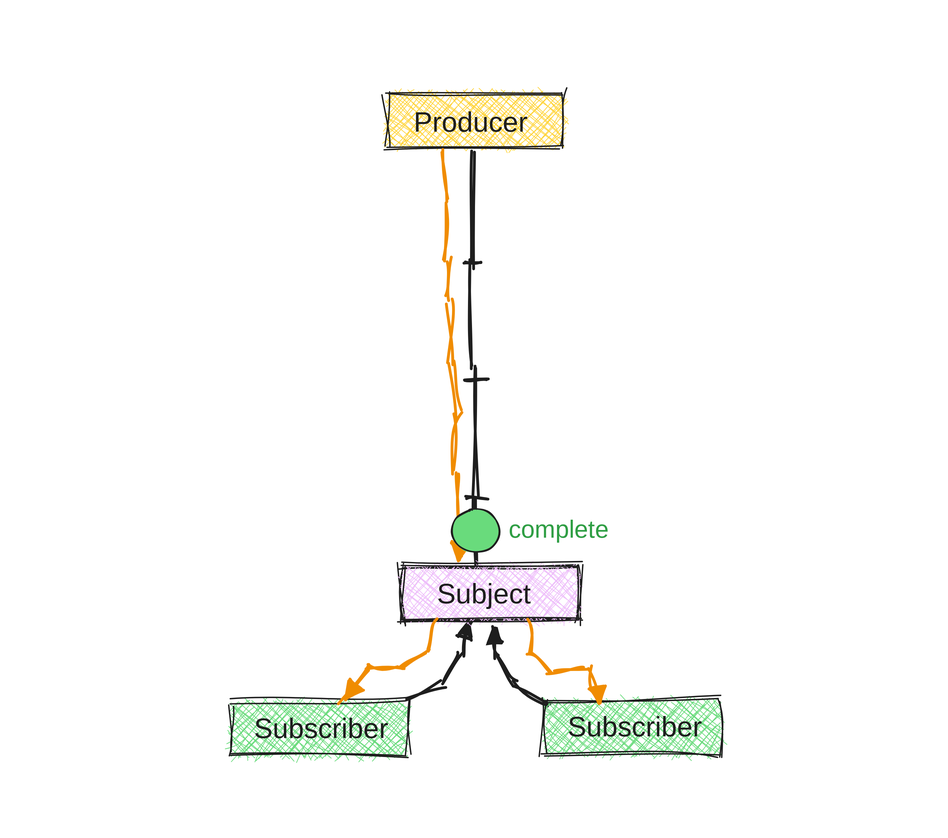
Before: images/blog/blog-rxjs-subject-receiving-complete.svg, a diagram exported from Excalidraw (ducin/ducin.dev). Source tidied: one line per element, renumbered; positions are measured from the earlier drawing's top-left corner, leaving out a move shared by most shapes. The source it was exported from:
```json
{"id": 0, "type": "rectangle", "strokeColor": "transparent", "strokeWidth": 2, "roughness": 2, "x": 0, "y": 0, "width": 657, "height": 579}
{"id": 1, "type": "line", "strokeColor": "#1e1e1e", "backgroundColor": "#4dabf7", "fillStyle": "cross-hatch", "strokeWidth": 2, "roughness": 2, "x": 326, "y": 97, "width": 4, "height": 333, "points": [[0, 0], [0, 81], [1, 157], [3, 248], [3, 333]]}
{"id": 2, "type": "line", "strokeColor": "#1e1e1e", "backgroundColor": "#4dabf7", "fillStyle": "cross-hatch", "strokeWidth": 2, "roughness": 2, "x": 321, "y": 178, "width": 12, "height": 0, "points": [[0, 0], [12, 0]]}
{"id": 3, "type": "line", "strokeColor": "#1e1e1e", "backgroundColor": "#4dabf7", "fillStyle": "cross-hatch", "strokeWidth": 2, "roughness": 2, "x": 321, "y": 262, "width": 17, "height": 1, "points": [[0, 0], [17, -1]]}
{"id": 4, "type": "line", "strokeColor": "#1e1e1e", "backgroundColor": "#4dabf7", "fillStyle": "cross-hatch", "strokeWidth": 2, "roughness": 2, "x": 322, "y": 345, "width": 16, "height": 2, "points": [[0, 0], [16, 2]]}
{"id": 5, "type": "arrow", "strokeColor": "#1e1e1e", "backgroundColor": "#4dabf7", "fillStyle": "cross-hatch", "strokeWidth": 2, "roughness": 2, "endArrowhead": "triangle", "from": 12, "to": 15, "x": 280, "y": 491, "width": 45, "height": 57, "points": [[0, 0], [27, -13], [40, -35], [45, -57]]}
{"id": 6, "type": "rectangle", "strokeColor": "#1e1e1e", "backgroundColor": "#ffd43b", "fillStyle": "cross-hatch", "strokeWidth": 1, "roughness": 2, "x": 267, "y": 57, "width": 126, "height": 39}
{"id": 7, "type": "text", "text": "Producer", "strokeColor": "#1e1e1e", "backgroundColor": "#a5d8ff", "fillStyle": "cross-hatch", "strokeWidth": 1, "roughness": 2, "fontSize": 20, "fontFamily": 1, "x": 286, "y": 66, "width": 85, "height": 25}
{"id": 8, "type": "arrow", "strokeColor": "#1e1e1e", "backgroundColor": "#4dabf7", "fillStyle": "cross-hatch", "strokeWidth": 2, "roughness": 2, "endArrowhead": "triangle", "from": 10, "to": 15, "x": 382, "y": 493, "width": 39, "height": 56, "points": [[0, 0], [-25, -15], [-38, -33], [-39, -56]]}
{"id": 9, "type": "rectangle", "strokeColor": "#1e1e1e", "backgroundColor": "#69db7c", "fillStyle": "cross-hatch", "strokeWidth": 1, "roughness": 2, "x": 379, "y": 491, "width": 126, "height": 39}
{"id": 10, "type": "text", "text": "Subscriber", "strokeColor": "#1e1e1e", "backgroundColor": "#4dabf7", "fillStyle": "cross-hatch", "strokeWidth": 2, "roughness": 2, "fontSize": 20, "fontFamily": 1, "x": 395, "y": 498, "width": 97, "height": 25}
{"id": 11, "type": "rectangle", "strokeColor": "#1e1e1e", "backgroundColor": "#69db7c", "fillStyle": "cross-hatch", "strokeWidth": 1, "roughness": 2, "x": 155, "y": 492, "width": 126, "height": 39}
{"id": 12, "type": "text", "text": "Subscriber", "strokeColor": "#1e1e1e", "backgroundColor": "#4dabf7", "fillStyle": "cross-hatch", "strokeWidth": 2, "roughness": 2, "fontSize": 20, "fontFamily": 1, "x": 171, "y": 499, "width": 97, "height": 25}
{"id": 13, "type": "rectangle", "strokeColor": "#1e1e1e", "backgroundColor": "#fff", "fillStyle": "solid", "strokeWidth": 1, "roughness": 2, "x": 277, "y": 395, "width": 126, "height": 39}
{"id": 14, "type": "rectangle", "strokeColor": "#1e1e1e", "backgroundColor": "#eebefa", "fillStyle": "cross-hatch", "strokeWidth": 1, "roughness": 2, "x": 278, "y": 395, "width": 126, "height": 39}
{"id": 15, "type": "text", "text": "Subject", "strokeColor": "#1e1e1e", "backgroundColor": "#a5d8ff", "fillStyle": "cross-hatch", "strokeWidth": 1, "roughness": 2, "fontSize": 20, "fontFamily": 1, "x": 302, "y": 403, "width": 73, "height": 25}
{"id": 16, "type": "arrow", "strokeColor": "#f08c00", "backgroundColor": "#fff", "fillStyle": "solid", "strokeWidth": 2, "roughness": 2, "endArrowhead": "triangle", "from": 15, "to": 12, "x": 300, "y": 435, "width": 64, "height": 55, "points": [[0, 0], [-6, 22], [-23, 32], [-47, 34], [-64, 55]]}
{"id": 17, "type": "arrow", "strokeColor": "#f08c00", "backgroundColor": "#fff", "fillStyle": "solid", "strokeWidth": 2, "roughness": 2, "endArrowhead": "triangle", "from": 15, "to": 10, "x": 369, "y": 434, "width": 51, "height": 58, "points": [[0, 0], [0, 22], [15, 37], [40, 35], [50, 58]]}
{"id": 18, "type": "arrow", "strokeColor": "#f08c00", "angle": 3.12, "backgroundColor": "#fff", "fillStyle": "solid", "strokeWidth": 2, "roughness": 2, "endArrowhead": "triangle", "from": 7, "to": 15, "x": 315, "y": 391, "width": 4, "height": 294, "points": [[0, 0], [0, -36], [0, -78], [0, -108], [-1, -153], [-4, -189], [-1, -229], [-3, -265], [-3, -294]]}
{"id": 19, "type": "ellipse", "strokeColor": "#1e1e1e", "backgroundColor": "#69db7c", "fillStyle": "solid", "strokeWidth": 1, "roughness": 1, "round": true, "x": 313, "y": 354, "width": 34, "height": 31}
{"id": 20, "type": "text", "text": "complete", "strokeColor": "#2f9e44", "backgroundColor": "#69db7c", "fillStyle": "solid", "strokeWidth": 1, "roughness": 0, "fontSize": 17.56, "fontFamily": 1, "x": 353, "y": 358, "width": 72, "height": 22}
```
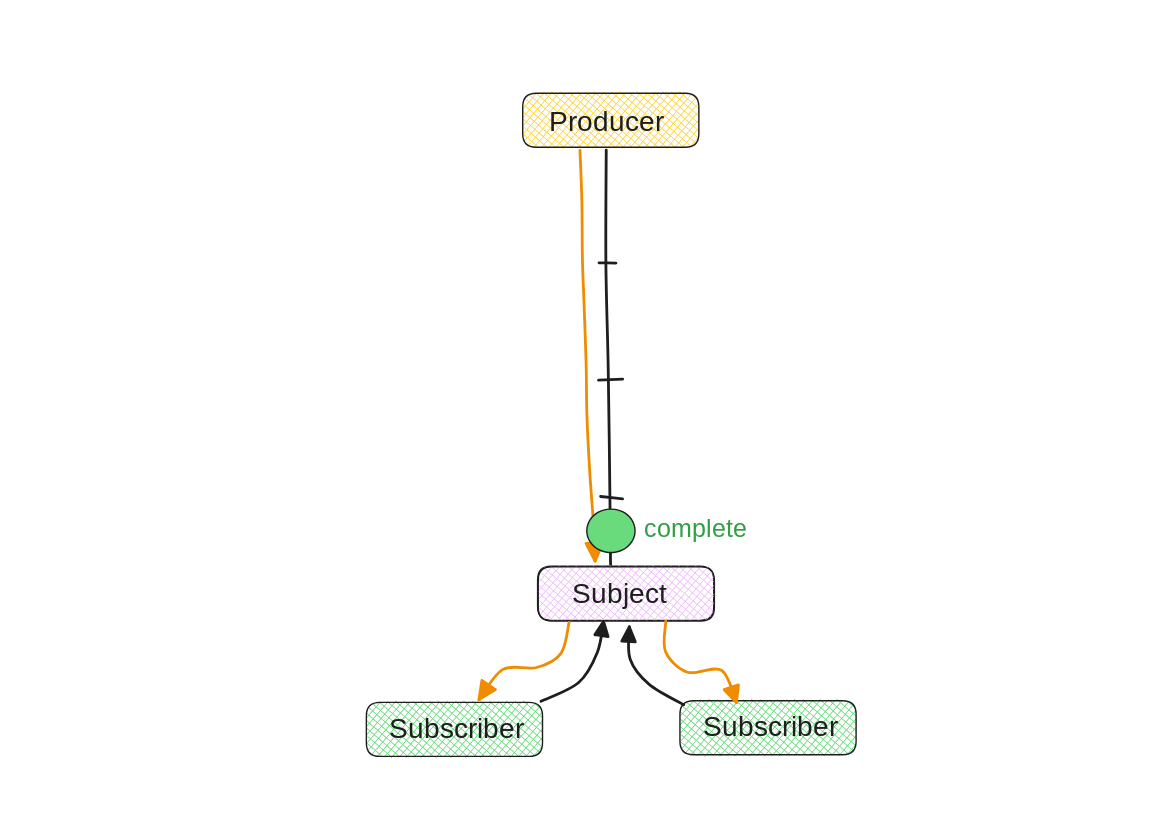
The same diagram one commit later.

The edit, as a diff of the source:
```diff
@@ -1,21 +1,21 @@
-{"id": 0, "type": "rectangle", "strokeColor": "transparent", "strokeWidth": 2, "roughness": 2, "x": 0, "y": 0, "width": 657, "height": 579}
-{"id": 1, "type": "line", "strokeColor": "#1e1e1e", "backgroundColor": "#4dabf7", "fillStyle": "cross-hatch", "strokeWidth": 2, "roughness": 2, "x": 326, "y": 97, "width": 4, "height": 333, "points": [[0, 0], [0, 81], [1, 157], [3, 248], [3, 333]]}
-{"id": 2, "type": "line", "strokeColor": "#1e1e1e", "backgroundColor": "#4dabf7", "fillStyle": "cross-hatch", "strokeWidth": 2, "roughness": 2, "x": 321, "y": 178, "width": 12, "height": 0, "points": [[0, 0], [12, 0]]}
-{"id": 3, "type": "line", "strokeColor": "#1e1e1e", "backgroundColor": "#4dabf7", "fillStyle": "cross-hatch", "strokeWidth": 2, "roughness": 2, "x": 321, "y": 262, "width": 17, "height": 1, "points": [[0, 0], [17, -1]]}
-{"id": 4, "type": "line", "strokeColor": "#1e1e1e", "backgroundColor": "#4dabf7", "fillStyle": "cross-hatch", "strokeWidth": 2, "roughness": 2, "x": 322, "y": 345, "width": 16, "height": 2, "points": [[0, 0], [16, 2]]}
-{"id": 5, "type": "arrow", "strokeColor": "#1e1e1e", "backgroundColor": "#4dabf7", "fillStyle": "cross-hatch", "strokeWidth": 2, "roughness": 2, "endArrowhead": "triangle", "from": 12, "to": 15, "x": 280, "y": 491, "width": 45, "height": 57, "points": [[0, 0], [27, -13], [40, -35], [45, -57]]}
-{"id": 6, "type": "rectangle", "strokeColor": "#1e1e1e", "backgroundColor": "#ffd43b", "fillStyle": "cross-hatch", "strokeWidth": 1, "roughness": 2, "x": 267, "y": 57, "width": 126, "height": 39}
+{"id": 21, "type": "rectangle", "strokeColor": "transparent", "strokeWidth": 2, "roughness": 0, "round": true, "x": -97, "y": 0, "width": 811, "height": 579}
+{"id": 22, "type": "line", "strokeColor": "#1e1e1e", "backgroundColor": "#4dabf7", "fillStyle": "cross-hatch", "strokeWidth": 2, "roughness": 0, "round": true, "x": 326, "y": 97, "width": 4, "height": 333, "points": [[0, 0], [0, 81], [1, 157], [3, 248], [3, 333]]}
+{"id": 23, "type": "line", "strokeColor": "#1e1e1e", "backgroundColor": "#4dabf7", "fillStyle": "cross-hatch", "strokeWidth": 2, "roughness": 0, "round": true, "x": 321, "y": 178, "width": 12, "height": 0, "points": [[0, 0], [12, 0]]}
+{"id": 24, "type": "line", "strokeColor": "#1e1e1e", "backgroundColor": "#4dabf7", "fillStyle": "cross-hatch", "strokeWidth": 2, "roughness": 0, "round": true, "x": 321, "y": 262, "width": 17, "height": 1, "points": [[0, 0], [17, -1]]}
+{"id": 25, "type": "line", "strokeColor": "#1e1e1e", "backgroundColor": "#4dabf7", "fillStyle": "cross-hatch", "strokeWidth": 2, "roughness": 0, "round": true, "x": 322, "y": 345, "width": 16, "height": 2, "points": [[0, 0], [16, 2]]}
+{"id": 26, "type": "arrow", "strokeColor": "#1e1e1e", "backgroundColor": "#4dabf7", "fillStyle": "cross-hatch", "strokeWidth": 2, "roughness": 0, "endArrowhead": "triangle", "round": true, "from": 32, "to": 15, "x": 280, "y": 491, "width": 45, "height": 57, "points": [[0, 0], [27, -13], [40, -35], [45, -57]]}
+{"id": 27, "type": "rectangle", "strokeColor": "#1e1e1e", "backgroundColor": "#ffd43b", "fillStyle": "cross-hatch", "strokeWidth": 1, "roughness": 0, "round": true, "x": 267, "y": 57, "width": 126, "height": 39}
-{"id": 7, "type": "text", "text": "Producer", "strokeColor": "#1e1e1e", "backgroundColor": "#a5d8ff", "fillStyle": "cross-hatch", "strokeWidth": 1, "roughness": 2, "fontSize": 20, "fontFamily": 1, "x": 286, "y": 66, "width": 85, "height": 25}
+{"id": 7, "type": "text", "text": "Producer", "strokeColor": "#1e1e1e", "backgroundColor": "#a5d8ff", "fillStyle": "cross-hatch", "strokeWidth": 1, "roughness": 0, "fontSize": 20, "fontFamily": 1, "round": true, "x": 286, "y": 66, "width": 85, "height": 25}
-{"id": 8, "type": "arrow", "strokeColor": "#1e1e1e", "backgroundColor": "#4dabf7", "fillStyle": "cross-hatch", "strokeWidth": 2, "roughness": 2, "endArrowhead": "triangle", "from": 10, "to": 15, "x": 382, "y": 493, "width": 39, "height": 56, "points": [[0, 0], [-25, -15], [-38, -33], [-39, -56]]}
-{"id": 9, "type": "rectangle", "strokeColor": "#1e1e1e", "backgroundColor": "#69db7c", "fillStyle": "cross-hatch", "strokeWidth": 1, "roughness": 2, "x": 379, "y": 491, "width": 126, "height": 39}
-{"id": 10, "type": "text", "text": "Subscriber", "strokeColor": "#1e1e1e", "backgroundColor": "#4dabf7", "fillStyle": "cross-hatch", "strokeWidth": 2, "roughness": 2, "fontSize": 20, "fontFamily": 1, "x": 395, "y": 498, "width": 97, "height": 25}
-{"id": 11, "type": "rectangle", "strokeColor": "#1e1e1e", "backgroundColor": "#69db7c", "fillStyle": "cross-hatch", "strokeWidth": 1, "roughness": 2, "x": 155, "y": 492, "width": 126, "height": 39}
-{"id": 12, "type": "text", "text": "Subscriber", "strokeColor": "#1e1e1e", "backgroundColor": "#4dabf7", "fillStyle": "cross-hatch", "strokeWidth": 2, "roughness": 2, "fontSize": 20, "fontFamily": 1, "x": 171, "y": 499, "width": 97, "height": 25}
-{"id": 13, "type": "rectangle", "strokeColor": "#1e1e1e", "backgroundColor": "#fff", "fillStyle": "solid", "strokeWidth": 1, "roughness": 2, "x": 277, "y": 395, "width": 126, "height": 39}
-{"id": 14, "type": "rectangle", "strokeColor": "#1e1e1e", "backgroundColor": "#eebefa", "fillStyle": "cross-hatch", "strokeWidth": 1, "roughness": 2, "x": 278, "y": 395, "width": 126, "height": 39}
+{"id": 28, "type": "arrow", "strokeColor": "#1e1e1e", "backgroundColor": "#4dabf7", "fillStyle": "cross-hatch", "strokeWidth": 2, "roughness": 0, "endArrowhead": "triangle", "round": true, "from": 30, "to": 15, "x": 382, "y": 493, "width": 39, "height": 56, "points": [[0, 0], [-25, -15], [-38, -33], [-39, -56]]}
+{"id": 29, "type": "rectangle", "strokeColor": "#1e1e1e", "backgroundColor": "#69db7c", "fillStyle": "cross-hatch", "strokeWidth": 1, "roughness": 0, "round": true, "x": 379, "y": 491, "width": 126, "height": 39}
+{"id": 30, "type": "text", "text": "Subscriber", "strokeColor": "#1e1e1e", "backgroundColor": "#4dabf7", "fillStyle": "cross-hatch", "strokeWidth": 2, "roughness": 0, "fontSize": 20, "fontFamily": 1, "round": true, "x": 395, "y": 498, "width": 97, "height": 25}
+{"id": 31, "type": "rectangle", "strokeColor": "#1e1e1e", "backgroundColor": "#69db7c", "fillStyle": "cross-hatch", "strokeWidth": 1, "roughness": 0, "round": true, "x": 155, "y": 492, "width": 126, "height": 39}
+{"id": 32, "type": "text", "text": "Subscriber", "strokeColor": "#1e1e1e", "backgroundColor": "#4dabf7", "fillStyle": "cross-hatch", "strokeWidth": 2, "roughness": 0, "fontSize": 20, "fontFamily": 1, "round": true, "x": 171, "y": 499, "width": 97, "height": 25}
+{"id": 33, "type": "rectangle", "strokeColor": "#1e1e1e", "backgroundColor": "#fff", "fillStyle": "solid", "strokeWidth": 1, "roughness": 0, "round": true, "x": 277, "y": 395, "width": 126, "height": 39}
+{"id": 34, "type": "rectangle", "strokeColor": "#1e1e1e", "backgroundColor": "#eebefa", "fillStyle": "cross-hatch", "strokeWidth": 1, "roughness": 0, "round": true, "x": 278, "y": 395, "width": 126, "height": 39}
-{"id": 15, "type": "text", "text": "Subject", "strokeColor": "#1e1e1e", "backgroundColor": "#a5d8ff", "fillStyle": "cross-hatch", "strokeWidth": 1, "roughness": 2, "fontSize": 20, "fontFamily": 1, "x": 302, "y": 403, "width": 73, "height": 25}
+{"id": 15, "type": "text", "text": "Subject", "strokeColor": "#1e1e1e", "backgroundColor": "#a5d8ff", "fillStyle": "cross-hatch", "strokeWidth": 1, "roughness": 0, "fontSize": 20, "fontFamily": 1, "round": true, "x": 302, "y": 403, "width": 73, "height": 25}
-{"id": 16, "type": "arrow", "strokeColor": "#f08c00", "backgroundColor": "#fff", "fillStyle": "solid", "strokeWidth": 2, "roughness": 2, "endArrowhead": "triangle", "from": 15, "to": 12, "x": 300, "y": 435, "width": 64, "height": 55, "points": [[0, 0], [-6, 22], [-23, 32], [-47, 34], [-64, 55]]}
-{"id": 17, "type": "arrow", "strokeColor": "#f08c00", "backgroundColor": "#fff", "fillStyle": "solid", "strokeWidth": 2, "roughness": 2, "endArrowhead": "triangle", "from": 15, "to": 10, "x": 369, "y": 434, "width": 51, "height": 58, "points": [[0, 0], [0, 22], [15, 37], [40, 35], [50, 58]]}
-{"id": 18, "type": "arrow", "strokeColor": "#f08c00", "angle": 3.12, "backgroundColor": "#fff", "fillStyle": "solid", "strokeWidth": 2, "roughness": 2, "endArrowhead": "triangle", "from": 7, "to": 15, "x": 315, "y": 391, "width": 4, "height": 294, "points": [[0, 0], [0, -36], [0, -78], [0, -108], [-1, -153], [-4, -189], [-1, -229], [-3, -265], [-3, -294]]}
-{"id": 19, "type": "ellipse", "strokeColor": "#1e1e1e", "backgroundColor": "#69db7c", "fillStyle": "solid", "strokeWidth": 1, "roughness": 1, "round": true, "x": 313, "y": 354, "width": 34, "height": 31}
+{"id": 35, "type": "arrow", "strokeColor": "#f08c00", "backgroundColor": "#fff", "fillStyle": "solid", "strokeWidth": 2, "roughness": 0, "endArrowhead": "triangle", "round": true, "from": 15, "to": 32, "x": 300, "y": 435, "width": 64, "height": 55, "points": [[0, 0], [-6, 22], [-23, 32], [-47, 34], [-64, 55]]}
+{"id": 36, "type": "arrow", "strokeColor": "#f08c00", "backgroundColor": "#fff", "fillStyle": "solid", "strokeWidth": 2, "roughness": 0, "endArrowhead": "triangle", "round": true, "from": 15, "to": 30, "x": 369, "y": 434, "width": 51, "height": 58, "points": [[0, 0], [0, 22], [15, 37], [40, 35], [50, 58]]}
+{"id": 37, "type": "arrow", "strokeColor": "#f08c00", "angle": 3.12, "backgroundColor": "#fff", "fillStyle": "solid", "strokeWidth": 2, "roughness": 0, "endArrowhead": "triangle", "round": true, "from": 7, "to": 38, "x": 315, "y": 391, "width": 4, "height": 294, "points": [[0, 0], [0, -36], [0, -78], [0, -108], [-1, -153], [0, -189], [-1, -229], [-3, -265], [-3, -294]]}
+{"id": 38, "type": "ellipse", "strokeColor": "#1e1e1e", "backgroundColor": "#69db7c", "fillStyle": "solid", "strokeWidth": 1, "roughness": 0, "round": true, "x": 313, "y": 354, "width": 34, "height": 31}
-{"id": 20, "type": "text", "text": "complete", "strokeColor": "#2f9e44", "backgroundColor": "#69db7c", "fillStyle": "solid", "strokeWidth": 1, "roughness": 0, "fontSize": 17.56, "fontFamily": 1, "x": 353, "y": 358, "width": 72, "height": 22}
+{"id": 20, "type": "text", "text": "complete", "strokeColor": "#2f9e44", "backgroundColor": "#69db7c", "fillStyle": "solid", "strokeWidth": 1, "roughness": 0, "fontSize": 17.56, "fontFamily": 1, "round": true, "x": 353, "y": 358, "width": 72, "height": 22}
```
